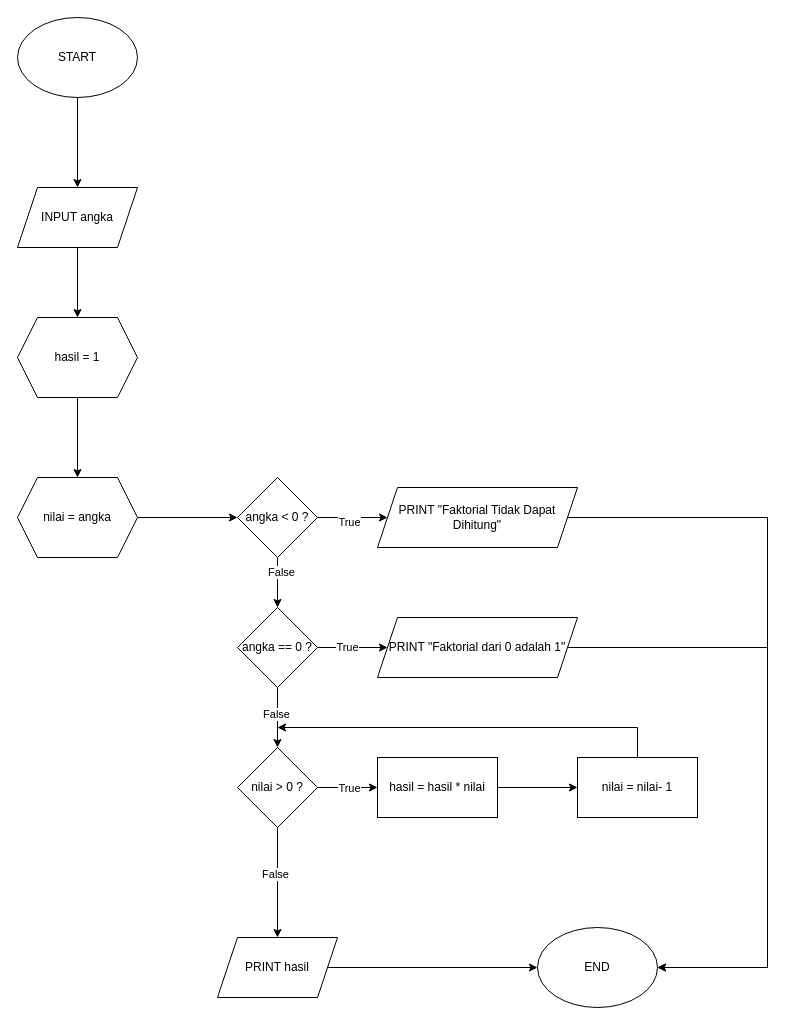
Earlier version of the draw.io diagram page "Page-3" (3 of 3) of Pertemuan 3/soal01-03 (David Alexsi Cahyadi,71251176).drawio (DavidCahyadi1013/71251176_David-Alexsi-Cahyadi). Source tidied: cells renumbered, new cells numbered last; positions are measured from the earlier drawing's top-left corner, leaving out a move shared by most shapes. Both pictures are drawn from the tidied source at 100%, with x=0, y=0 at pixel (17, 17).
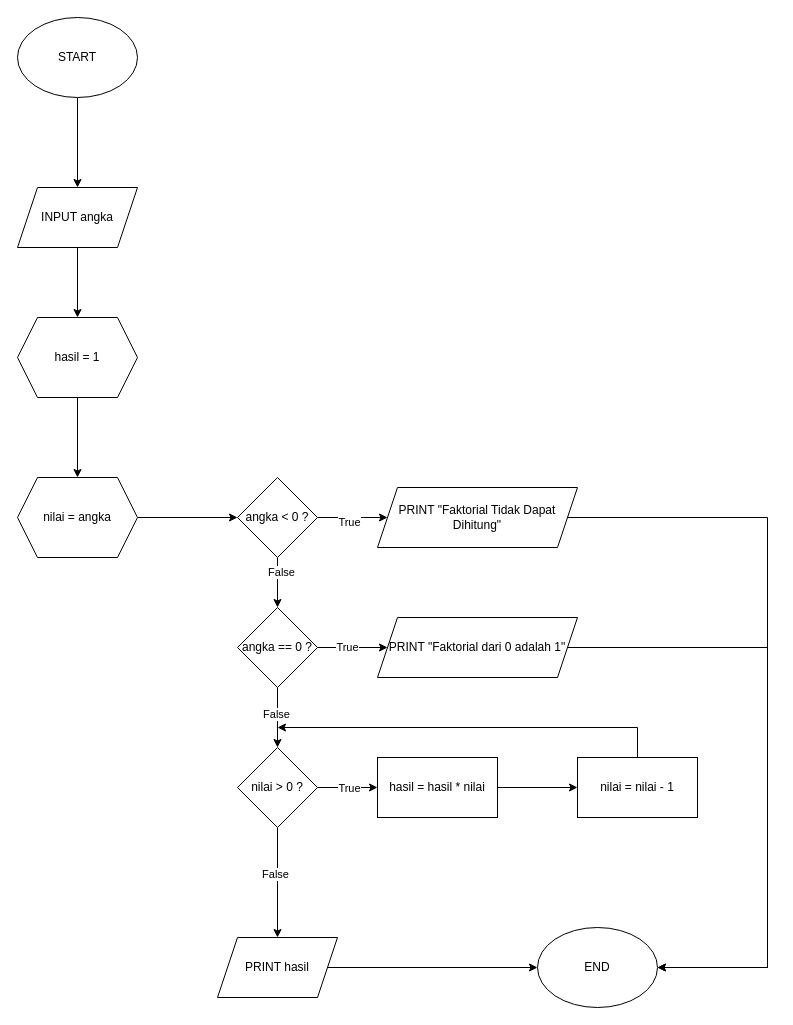
After the change.

Change to the diagram source:
```diff
@@
-    <mxCell id="34" value="nilai = nilai- 1" style="whiteSpace=wrap;html=1;" parent="1" vertex="1">
+    <mxCell id="34" value="nilai = nilai - 1" style="whiteSpace=wrap;html=1;" parent="1" vertex="1">
       <mxGeometry x="560" y="740" width="120" height="60" as="geometry" />
     </mxCell>
```
